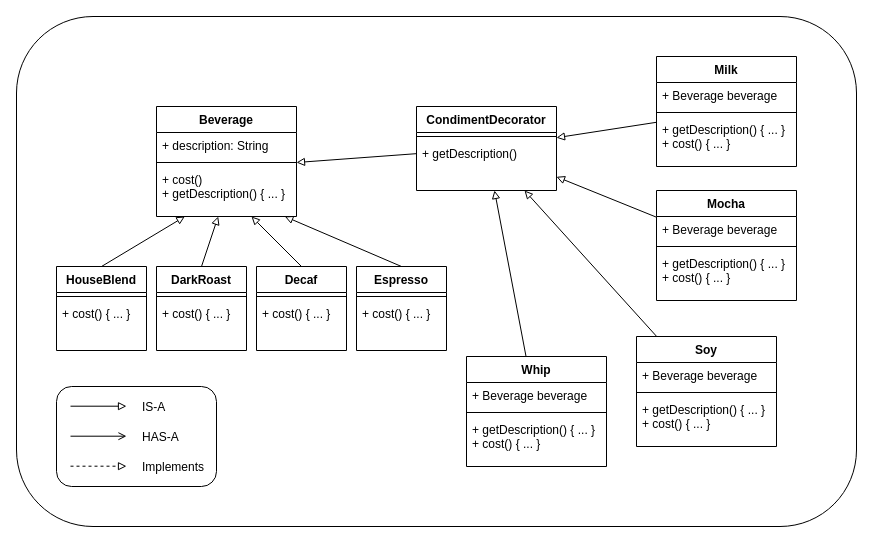
Above: patterns/Decorator.drawio in JoelGRod/Design-Patterns---Java (draw.io), before the change. Source tidied: cells renumbered, new cells numbered last; positions are measured from the earlier drawing's top-left corner, leaving out a move shared by most shapes. Both pictures are drawn from the tidied source at 100%, with x=0, y=0 at pixel (16, 16).
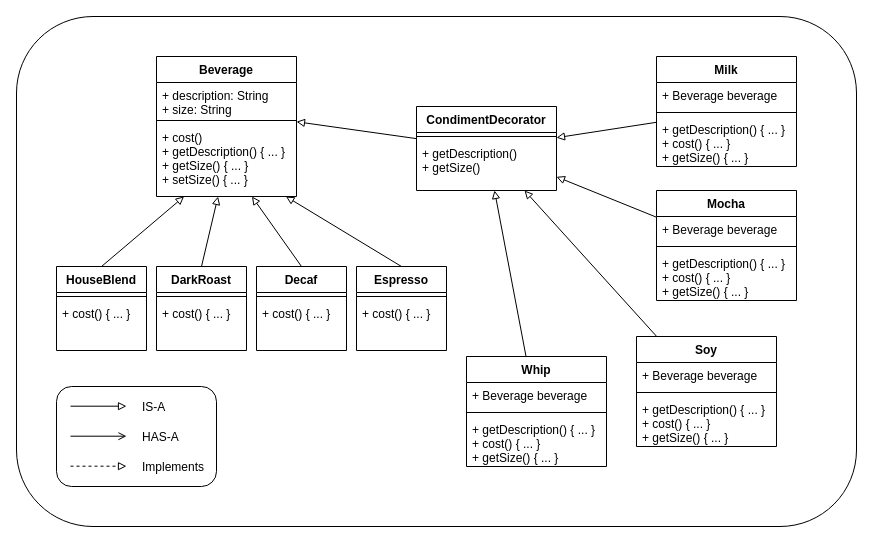
The same page after the edit.

Unchanged cells that the change refers to:
```xml
<mxCell id="29" value="CondimentDecorator" style="swimlane;fontStyle=1;align=center;verticalAlign=top;horizontal=1;startSize=26;fillColor=none;" parent="1" vertex="1">
  <mxGeometry x="400" y="90" width="140" height="84" as="geometry" />
</mxCell>
<mxCell id="38" value="Whip" style="swimlane;fontStyle=1;align=center;verticalAlign=top;horizontal=1;startSize=26;fillColor=none;" parent="1" vertex="1">
  <mxGeometry x="450" y="340" width="140" height="110" as="geometry" />
</mxCell>
<mxCell id="42" value="Soy" style="swimlane;fontStyle=1;align=center;verticalAlign=top;horizontal=1;startSize=26;fillColor=none;" parent="1" vertex="1">
  <mxGeometry x="620" y="320" width="140" height="110" as="geometry" />
</mxCell>
<mxCell id="46" value="Mocha" style="swimlane;fontStyle=1;align=center;verticalAlign=top;horizontal=1;startSize=26;fillColor=none;" parent="1" vertex="1">
  <mxGeometry x="640" y="174" width="140" height="110" as="geometry" />
</mxCell>
<mxCell id="50" value="Milk" style="swimlane;fontStyle=1;align=center;verticalAlign=top;horizontal=1;startSize=26;fillColor=none;" parent="1" vertex="1">
  <mxGeometry x="640" y="40" width="140" height="110" as="geometry" />
</mxCell>
```

The edit, as a diff of the source:
```diff
@@
     <mxCell id="2" value="Beverage" style="swimlane;fontStyle=1;align=center;verticalAlign=top;horizontal=1;startSize=26;fillColor=none;" parent="1" vertex="1">
-      <mxGeometry x="140" y="90" width="140" height="110" as="geometry" />
+      <mxGeometry x="140" y="40" width="140" height="140" as="geometry" />
     </mxCell>
-    <mxCell id="3" value="+ description: String" style="text;strokeColor=none;fillColor=none;align=left;verticalAlign=top;spacingLeft=4;spacingRight=4;overflow=hidden;points=[[0,0.5],[1,0.5]];portConstraint=eastwest;" parent="2" vertex="1">
-      <mxGeometry y="26" width="140" height="26" as="geometry" />
+    <mxCell id="3" value="+ description: String&#10;+ size: String" style="text;strokeColor=none;fillColor=none;align=left;verticalAlign=top;spacingLeft=4;spacingRight=4;overflow=hidden;points=[[0,0.5],[1,0.5]];portConstraint=eastwest;" parent="2" vertex="1">
+      <mxGeometry y="26" width="140" height="34" as="geometry" />
     </mxCell>
     <mxCell id="4" style="line;strokeWidth=1;fillColor=none;align=left;verticalAlign=middle;spacingTop=-1;spacingLeft=3;spacingRight=3;labelPosition=right;" parent="2" vertex="1">
-      <mxGeometry y="52" width="140" height="8" as="geometry" />
+      <mxGeometry y="60" width="140" height="8" as="geometry" />
     </mxCell>
-    <mxCell id="5" value="+ cost()&#10;+ getDescription() { ... }" style="text;strokeColor=none;fillColor=none;align=left;verticalAlign=top;spacingLeft=4;spacingRight=4;overflow=hidden;points=[[0,0.5],[1,0.5]];portConstraint=eastwest;" parent="2" vertex="1">
-      <mxGeometry y="60" width="140" height="50" as="geometry" />
+    <mxCell id="5" value="+ cost()&#10;+ getDescription() { ... }&#10;+ getSize() { ... }&#10;+ setSize() { ... }" style="text;strokeColor=none;fillColor=none;align=left;verticalAlign=top;spacingLeft=4;spacingRight=4;overflow=hidden;points=[[0,0.5],[1,0.5]];portConstraint=eastwest;" parent="2" vertex="1">
+      <mxGeometry y="68" width="140" height="72" as="geometry" />
     </mxCell>
@@
-    <mxCell id="31" value="+ getDescription()" style="text;strokeColor=none;fillColor=none;align=left;verticalAlign=top;spacingLeft=4;spacingRight=4;overflow=hidden;" parent="29" vertex="1">
+    <mxCell id="31" value="+ getDescription()&#10;+ getSize()" style="text;strokeColor=none;fillColor=none;align=left;verticalAlign=top;spacingLeft=4;spacingRight=4;overflow=hidden;" parent="29" vertex="1">
       <mxGeometry y="34" width="140" height="50" as="geometry" />
     </mxCell>
@@
-    <mxCell id="41" value="+ getDescription() { ... }&#10;+ cost() { ... }" style="text;strokeColor=none;fillColor=none;align=left;verticalAlign=top;spacingLeft=4;spacingRight=4;overflow=hidden;" parent="38" vertex="1">
+    <mxCell id="41" value="+ getDescription() { ... }&#10;+ cost() { ... }&#10;+ getSize() { ... }" style="text;strokeColor=none;fillColor=none;align=left;verticalAlign=top;spacingLeft=4;spacingRight=4;overflow=hidden;" parent="38" vertex="1">
       <mxGeometry y="60" width="140" height="50" as="geometry" />
     </mxCell>
@@
-    <mxCell id="45" value="+ getDescription() { ... }&#10;+ cost() { ... }" style="text;strokeColor=none;fillColor=none;align=left;verticalAlign=top;spacingLeft=4;spacingRight=4;overflow=hidden;" parent="42" vertex="1">
+    <mxCell id="45" value="+ getDescription() { ... }&#10;+ cost() { ... }&#10;+ getSize() { ... }" style="text;strokeColor=none;fillColor=none;align=left;verticalAlign=top;spacingLeft=4;spacingRight=4;overflow=hidden;" parent="42" vertex="1">
       <mxGeometry y="60" width="140" height="50" as="geometry" />
     </mxCell>
@@
-    <mxCell id="49" value="+ getDescription() { ... }&#10;+ cost() { ... }" style="text;strokeColor=none;fillColor=none;align=left;verticalAlign=top;spacingLeft=4;spacingRight=4;overflow=hidden;" parent="46" vertex="1">
+    <mxCell id="49" value="+ getDescription() { ... }&#10;+ cost() { ... }&#10;+ getSize() { ... }" style="text;strokeColor=none;fillColor=none;align=left;verticalAlign=top;spacingLeft=4;spacingRight=4;overflow=hidden;" parent="46" vertex="1">
       <mxGeometry y="60" width="140" height="50" as="geometry" />
     </mxCell>
@@
-    <mxCell id="53" value="+ getDescription() { ... }&#10;+ cost() { ... }" style="text;strokeColor=none;fillColor=none;align=left;verticalAlign=top;spacingLeft=4;spacingRight=4;overflow=hidden;" parent="50" vertex="1">
+    <mxCell id="53" value="+ getDescription() { ... }&#10;+ cost() { ... }&#10;+ getSize() { ... }" style="text;strokeColor=none;fillColor=none;align=left;verticalAlign=top;spacingLeft=4;spacingRight=4;overflow=hidden;" parent="50" vertex="1">
       <mxGeometry y="60" width="140" height="50" as="geometry" />
     </mxCell>
```
